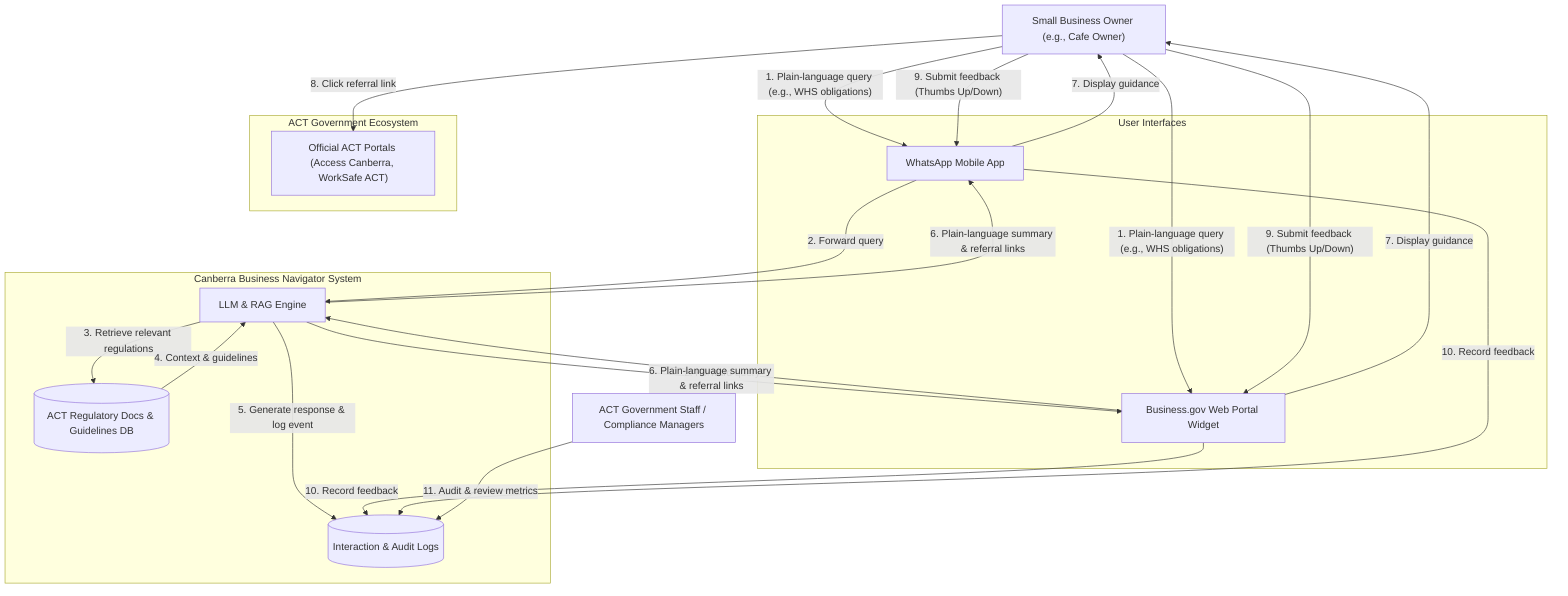
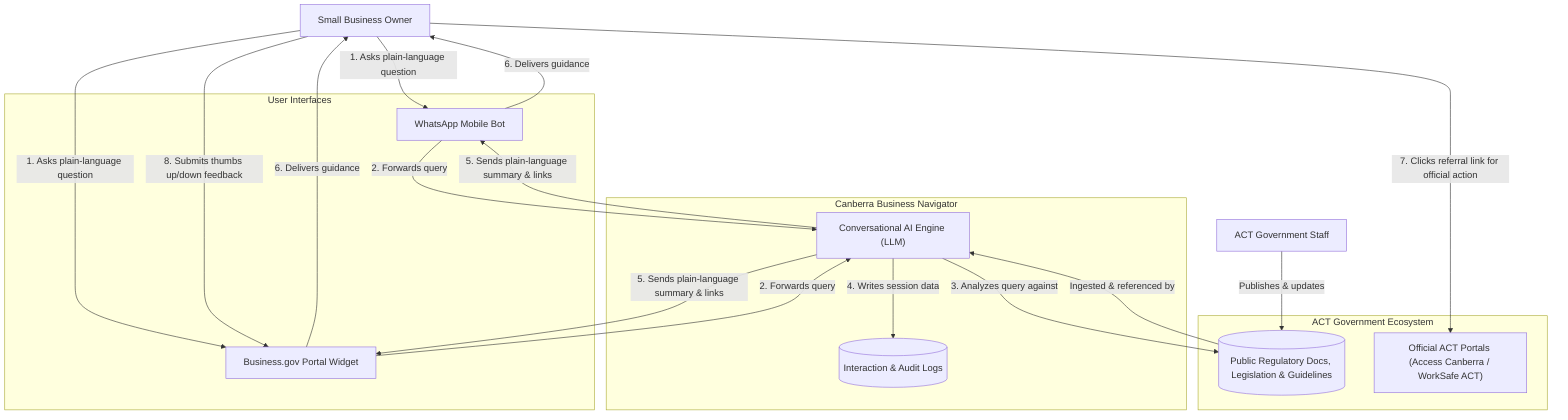
flowchart TD
-     %% Actors
-     User["Small Business Owner (e.g., Cafe Owner)"]
-     GovStaff["ACT Government Staff / Compliance Managers"]
+     Owner["Small Business Owner"]
+     GovStaff["ACT Government Staff"]

-     %% User Interfaces Subgraph
    subgraph UI["User Interfaces"]
-         WA["WhatsApp Mobile App"]
-         Web["Business.gov Web Portal Widget"]
+         WhatsApp["WhatsApp Mobile Bot"]
+         WebWidget["Business.gov Portal Widget"]
    end

-     %% Core AI System Subgraph
-     subgraph AI["Canberra Business Navigator System"]
-         Engine["LLM & RAG Engine"]
-         KB[("ACT Regulatory Docs & Guidelines DB")]
+     subgraph Navigator["Canberra Business Navigator"]
+         AI_Engine["Conversational AI Engine (LLM)"]
        Logs[("Interaction & Audit Logs")]
    end

-     %% External Systems Subgraph
-     subgraph Gov["ACT Government Ecosystem"]
-         Portals["Official ACT Portals (Access Canberra, WorkSafe ACT)"]
+     subgraph ACT_Gov["ACT Government Ecosystem"]
+         GovDocs[("Public Regulatory Docs, Legislation & Guidelines")]
+         GovPortals["Official ACT Portals (Access Canberra / WorkSafe ACT)"]
    end

-     %% Information Flows
-     User -->|"1. Plain-language query (e.g., WHS obligations)"| WA
-     User -->|"1. Plain-language query (e.g., WHS obligations)"| Web
+     GovStaff -->|"Publishes & updates"| GovDocs
+     GovDocs -->|"Ingested & referenced by"| AI_Engine

-     WA -->|"2. Forward query"| Engine
-     Web -->|"2. Forward query"| Engine
+     Owner -->|"1. Asks plain-language question"| WhatsApp
+     Owner -->|"1. Asks plain-language question"| WebWidget

-     Engine -->|"3. Retrieve relevant regulations"| KB
-     KB -->|"4. Context & guidelines"| Engine
+     WhatsApp -->|"2. Forwards query"| AI_Engine
+     WebWidget -->|"2. Forwards query"| AI_Engine

-     Engine -->|"5. Generate response & log event"| Logs
+     AI_Engine -->|"3. Analyzes query against"| GovDocs
+     AI_Engine -->|"4. Writes session data"| Logs

-     Engine -->|"6. Plain-language summary & referral links"| WA
-     Engine -->|"6. Plain-language summary & referral links"| Web
+     AI_Engine -->|"5. Sends plain-language summary & links"| WhatsApp
+     AI_Engine -->|"5. Sends plain-language summary & links"| WebWidget

-     WA -->|"7. Display guidance"| User
-     Web -->|"7. Display guidance"| User
+     WhatsApp -->|"6. Delivers guidance"| Owner
+     WebWidget -->|"6. Delivers guidance"| Owner

-     User -->|"8. Click referral link"| Portals
-     User -->|"9. Submit feedback (Thumbs Up/Down)"| Web
-     User -->|"9. Submit feedback (Thumbs Up/Down)"| WA
- 
-     Web -->|"10. Record feedback"| Logs
-     WA -->|"10. Record feedback"| Logs
- 
-     GovStaff -->|"11. Audit & review metrics"| Logs+     Owner -->|"7. Clicks referral link for official action"| GovPortals
+     Owner -->|"8. Submits thumbs up/down feedback"| WebWidget